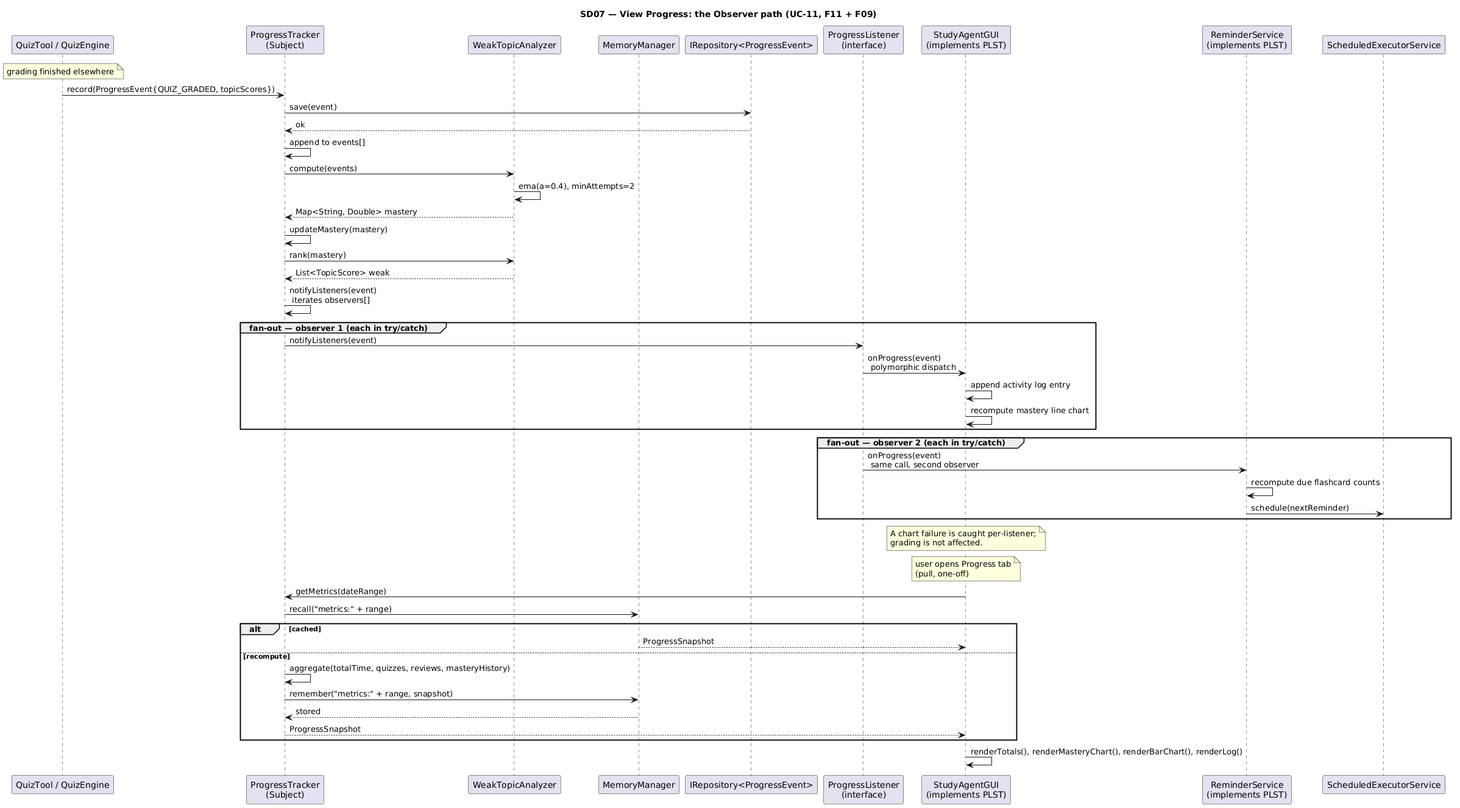
This is stage1/diagrams/SD07.png from aad1tyak/EECS3311, a PlantUML export, as it was before one commit.
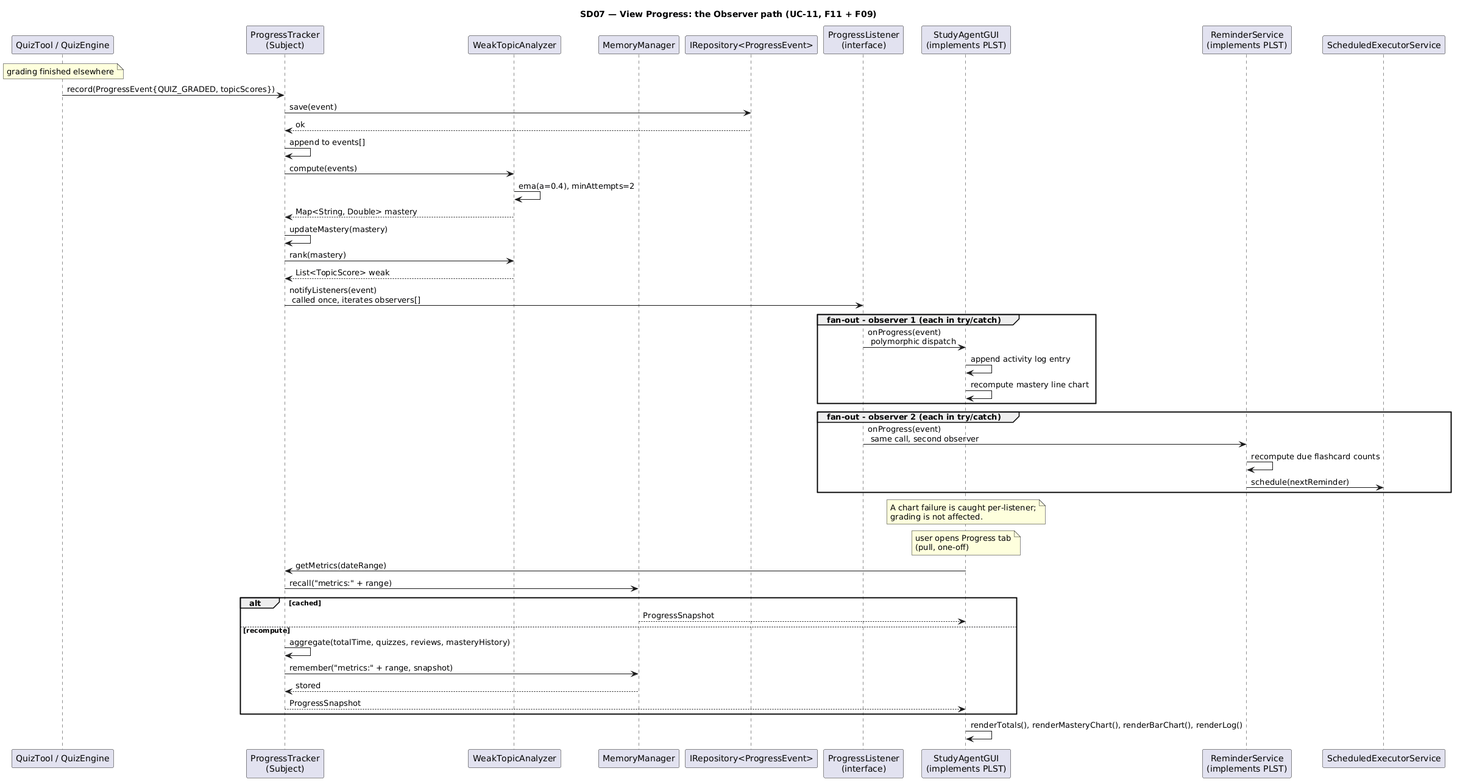
After the change.

The edit, as a diff of the source:
```diff
@@ -24,16 +24,15 @@
 PT -> WTA: rank(mastery)
 WTA --> PT: List<TopicScore> weak
 
-PT -> PT: notifyListeners(event)  \n iterates observers[]
+PT -> PLST: notifyListeners(event)  \n called once, iterates observers[]
 
-group fan-out — observer 1 (each in try/catch)
-  PT -> PLST: notifyListeners(event)
+group fan-out - observer 1 (each in try/catch)
   PLST -> GUI: onProgress(event)  \n polymorphic dispatch
   GUI -> GUI: append activity log entry
   GUI -> GUI: recompute mastery line chart
 end
 
-group fan-out — observer 2 (each in try/catch)
+group fan-out - observer 2 (each in try/catch)
   PLST -> RS: onProgress(event)  \n same call, second observer
   RS -> RS: recompute due flashcard counts
   RS -> SCH: schedule(nextReminder)
```
